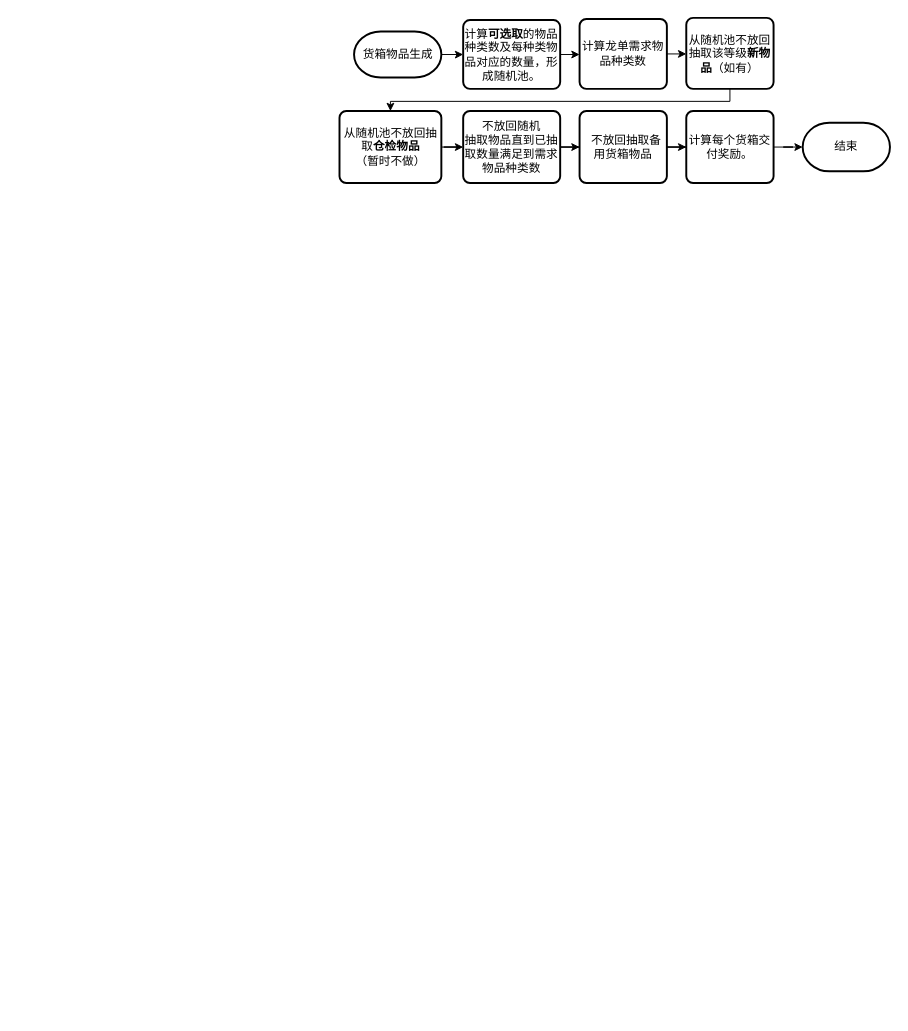
This is page "第 4 页" (4 of 4) of Untitled Diagram.drawio from fanyixin0428/towerdefencegame, a draw.io file, before an edit. Source tidied: cells renumbered, new cells numbered last; positions are measured from the earlier drawing's top-left corner, leaving out a move shared by most shapes. Both pictures are drawn from the tidied source at 97%, with x=0, y=0 at pixel (339, 17).
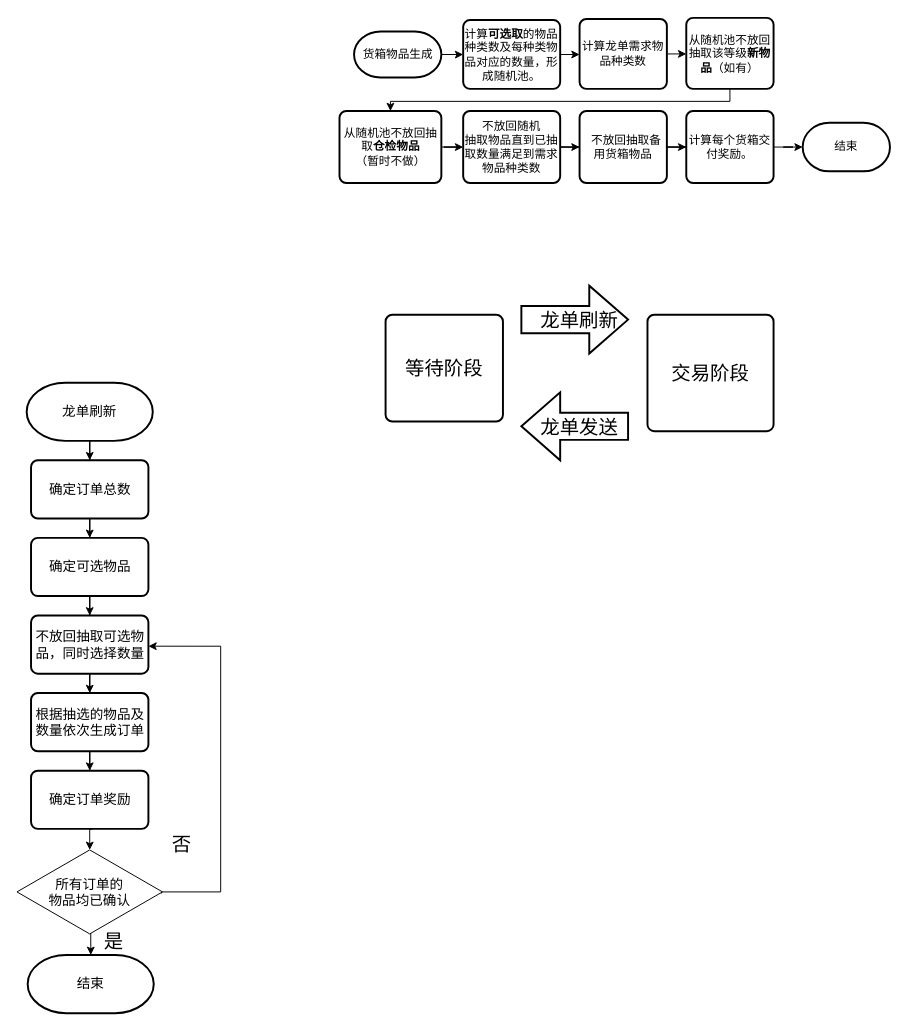
The same diagram, later.

What changed in the source:
```diff
@@
+    <mxCell id="19" value="&lt;font style=&quot;font-size: 20px;&quot;&gt;等待阶段&lt;/font&gt;" style="rounded=1;whiteSpace=wrap;html=1;absoluteArcSize=1;arcSize=14;strokeWidth=2;" parent="1" vertex="1">
+      <mxGeometry x="48" y="306" width="121" height="110" as="geometry" />
+    </mxCell>
+    <mxCell id="20" value="&lt;font style=&quot;font-size: 20px;&quot;&gt;交易阶段&lt;/font&gt;" style="rounded=1;whiteSpace=wrap;html=1;absoluteArcSize=1;arcSize=14;strokeWidth=2;" parent="1" vertex="1">
+      <mxGeometry x="318" y="306" width="130" height="120" as="geometry" />
+    </mxCell>
+    <mxCell id="21" style="verticalLabelPosition=bottom;verticalAlign=top;html=1;strokeWidth=2;shape=mxgraph.arrows2.arrow;dy=0.6;dx=40;notch=0;" parent="1" vertex="1">
+      <mxGeometry x="188" y="276" width="110" height="70" as="geometry" />
+    </mxCell>
+    <mxCell id="22" style="verticalLabelPosition=bottom;verticalAlign=top;html=1;strokeWidth=2;shape=mxgraph.arrows2.arrow;dy=0.6;dx=40;notch=0;rotation=-180;" parent="1" vertex="1">
+      <mxGeometry x="188" y="386" width="110" height="70" as="geometry" />
+    </mxCell>
+    <mxCell id="23" value="龙单刷新" style="text;html=1;strokeColor=none;fillColor=none;align=center;verticalAlign=middle;whiteSpace=wrap;rounded=0;fontSize=20;" parent="1" vertex="1">
+      <mxGeometry x="198" y="296" width="100" height="30" as="geometry" />
+    </mxCell>
+    <mxCell id="24" value="龙单发送" style="text;html=1;strokeColor=none;fillColor=none;align=center;verticalAlign=middle;whiteSpace=wrap;rounded=0;fontSize=20;" parent="1" vertex="1">
+      <mxGeometry x="198" y="406" width="100" height="30" as="geometry" />
+    </mxCell>
+    <mxCell id="25" style="edgeStyle=orthogonalEdgeStyle;rounded=0;jettySize=auto;html=1;fontSize=12;" parent="1" edge="1" source="26" target="28">
+      <mxGeometry relative="1" as="geometry" />
+    </mxCell>
+    <mxCell id="26" value="&lt;font style=&quot;font-size: 14px;&quot;&gt;确定可选物品&lt;/font&gt;" style="rounded=1;whiteSpace=wrap;html=1;absoluteArcSize=1;arcSize=14;strokeWidth=2;fontSize=14;" parent="1" vertex="1">
+      <mxGeometry x="-317.5" y="536" width="121" height="60" as="geometry" />
+    </mxCell>
+    <mxCell id="27" style="edgeStyle=orthogonalEdgeStyle;rounded=0;jettySize=auto;html=1;fontSize=12;" parent="1" edge="1" source="28" target="30">
+      <mxGeometry relative="1" as="geometry" />
+    </mxCell>
+    <mxCell id="28" value="&lt;font style=&quot;font-size: 14px;&quot;&gt;不放回抽取可选物品，同时选择数量&lt;/font&gt;" style="rounded=1;whiteSpace=wrap;html=1;absoluteArcSize=1;arcSize=14;strokeWidth=2;fontSize=14;" parent="1" vertex="1">
+      <mxGeometry x="-317.5" y="616" width="121" height="60" as="geometry" />
+    </mxCell>
+    <mxCell id="29" style="edgeStyle=orthogonalEdgeStyle;rounded=0;jettySize=auto;html=1;" parent="1" edge="1" source="30" target="42">
+      <mxGeometry relative="1" as="geometry" />
+    </mxCell>
+    <mxCell id="30" value="根据抽选的物品及数量依次生成订单" style="rounded=1;whiteSpace=wrap;html=1;absoluteArcSize=1;arcSize=14;strokeWidth=2;fontSize=14;" parent="1" vertex="1">
+      <mxGeometry x="-317.5" y="696" width="121" height="60" as="geometry" />
+    </mxCell>
+    <mxCell id="31" style="edgeStyle=orthogonalEdgeStyle;rounded=0;jettySize=auto;html=1;fontSize=12;exitX=0.507;exitY=0.967;exitDx=0;exitDy=0;exitPerimeter=0;" parent="1" edge="1" source="33" target="41">
+      <mxGeometry relative="1" as="geometry" />
+    </mxCell>
+    <mxCell id="32" style="edgeStyle=orthogonalEdgeStyle;rounded=0;jettySize=auto;html=1;entryX=1;entryY=0.528;entryDx=0;entryDy=0;entryPerimeter=0;fontSize=12;exitX=0.992;exitY=0.519;exitDx=0;exitDy=0;exitPerimeter=0;" parent="1" edge="1" source="33" target="28">
+      <mxGeometry relative="1" as="geometry">
+        <Array as="points">
+          <mxPoint x="-183" y="901" />
+          <mxPoint x="-122" y="901" />
+          <mxPoint x="-122" y="648" />
+        </Array>
+      </mxGeometry>
+    </mxCell>
+    <mxCell id="33" value="所有订单的&lt;br style=&quot;font-size: 14px;&quot;&gt;物品均已确认" style="html=1;whiteSpace=wrap;shape=isoRectangle;fontSize=14;" parent="1" vertex="1">
+      <mxGeometry x="-332" y="856" width="150" height="90" as="geometry" />
+    </mxCell>
+    <mxCell id="34" style="edgeStyle=orthogonalEdgeStyle;rounded=0;jettySize=auto;html=1;fontSize=12;" parent="1" edge="1" source="35" target="37">
+      <mxGeometry relative="1" as="geometry" />
+    </mxCell>
+    <mxCell id="35" value="龙单刷新" style="strokeWidth=2;html=1;shape=mxgraph.flowchart.terminator;whiteSpace=wrap;fontSize=14;" parent="1" vertex="1">
+      <mxGeometry x="-322" y="376" width="130" height="60" as="geometry" />
+    </mxCell>
+    <mxCell id="36" style="edgeStyle=orthogonalEdgeStyle;rounded=0;jettySize=auto;html=1;fontSize=12;" parent="1" edge="1" source="37" target="26">
+      <mxGeometry relative="1" as="geometry" />
+    </mxCell>
+    <mxCell id="37" value="&lt;font style=&quot;font-size: 14px;&quot;&gt;确定订单总数&lt;/font&gt;" style="rounded=1;whiteSpace=wrap;html=1;absoluteArcSize=1;arcSize=14;strokeWidth=2;fontSize=14;" parent="1" vertex="1">
+      <mxGeometry x="-317.5" y="456" width="121" height="60" as="geometry" />
+    </mxCell>
+    <mxCell id="38" value="否" style="text;html=1;strokeColor=none;fillColor=none;align=center;verticalAlign=middle;whiteSpace=wrap;rounded=0;fontSize=20;" parent="1" vertex="1">
+      <mxGeometry x="-212" y="836" width="100" height="30" as="geometry" />
+    </mxCell>
+    <mxCell id="39" style="edgeStyle=orthogonalEdgeStyle;rounded=0;jettySize=auto;html=1;exitX=0.522;exitY=1.006;exitDx=0;exitDy=0;exitPerimeter=0;entryX=0.5;entryY=0.019;entryDx=0;entryDy=0;entryPerimeter=0;" parent="1" edge="1" source="42" target="33">
+      <mxGeometry relative="1" as="geometry" />
+    </mxCell>
+    <mxCell id="40" value="是" style="text;html=1;strokeColor=none;fillColor=none;align=center;verticalAlign=middle;whiteSpace=wrap;rounded=0;fontSize=20;" parent="1" vertex="1">
+      <mxGeometry x="-282" y="936" width="100" height="30" as="geometry" />
+    </mxCell>
+    <mxCell id="41" value="结束" style="strokeWidth=2;html=1;shape=mxgraph.flowchart.terminator;whiteSpace=wrap;fontSize=14;" parent="1" vertex="1">
+      <mxGeometry x="-321" y="966" width="130" height="60" as="geometry" />
+    </mxCell>
+    <mxCell id="42" value="确定订单奖励" style="rounded=1;whiteSpace=wrap;html=1;absoluteArcSize=1;arcSize=14;strokeWidth=2;fontSize=14;" parent="1" vertex="1">
+      <mxGeometry x="-317.5" y="776" width="121" height="60" as="geometry" />
+    </mxCell>
```
